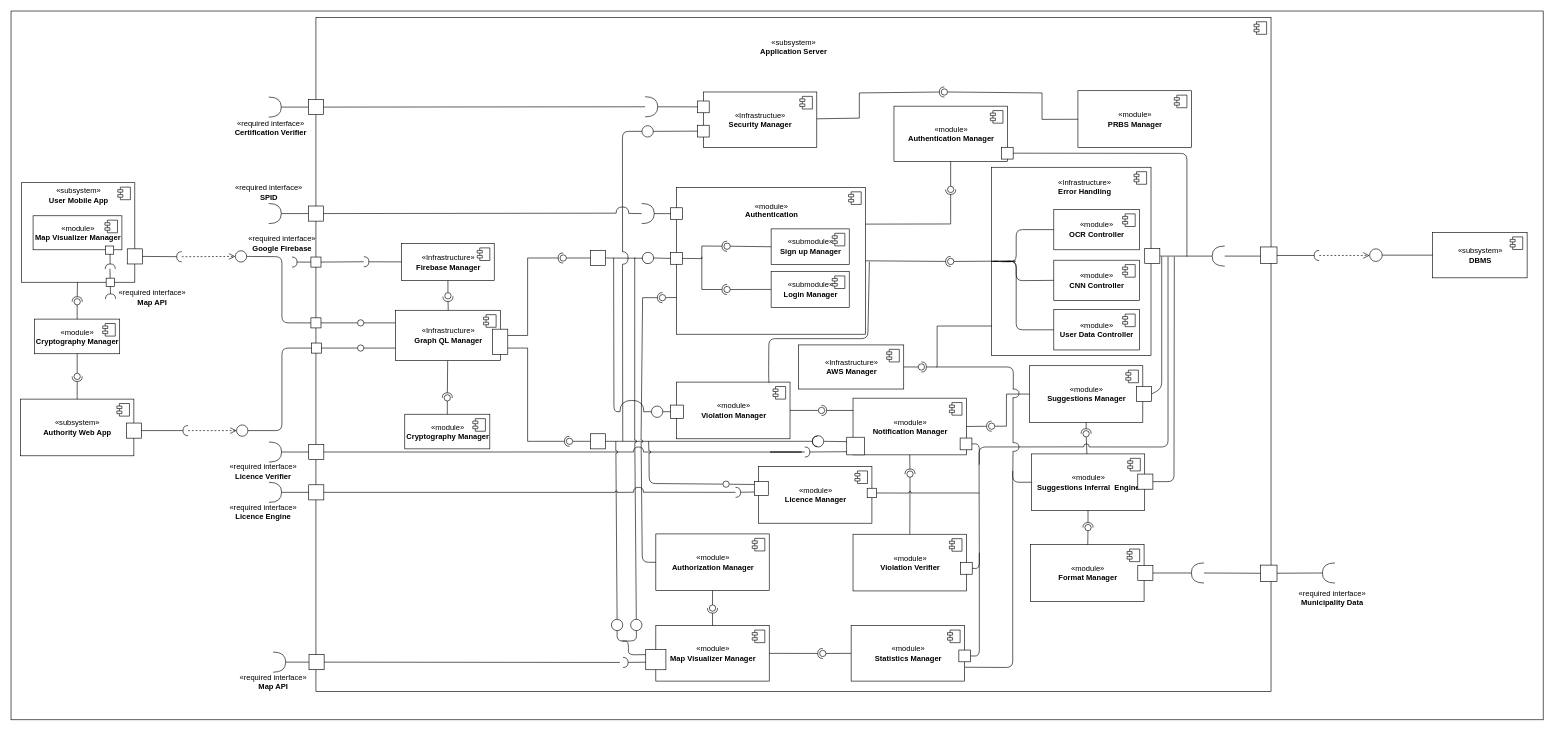
Earlier version of the draw.io diagram DD/Components Diagram.drawio (comidan/SafeStreets). Source tidied: cells renumbered, new cells numbered last; positions are measured from the earlier drawing's top-left corner, leaving out a move shared by most shapes. Both pictures are drawn from the tidied source at 63%, with x=0, y=0 at pixel (11, 11).
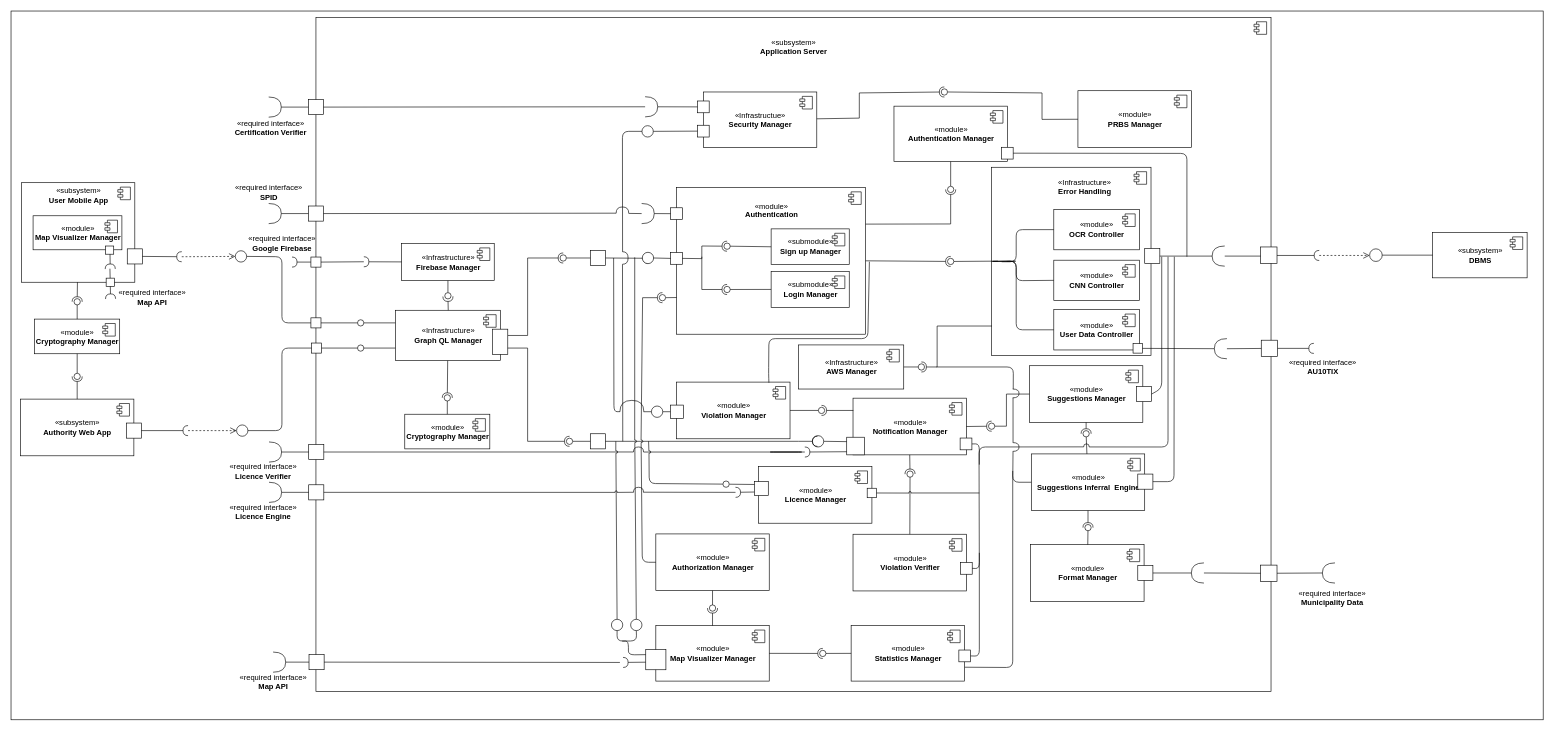
The same page after the edit.

Commit message (it also covers changes not shown here):
- UX Diagrams Updated, Components Diagram Updated, Sequence Diagrams Updated

The change refers to these unchanged cells:
```xml
<mxCell id="3" style="html=1;" parent="1" vertex="1">
  <mxGeometry x="484" y="10" width="1516" height="1070" as="geometry" />
</mxCell>
<mxCell id="128" style="html=1;" parent="1" vertex="1">
  <mxGeometry x="1556.5" y="248" width="253" height="299" as="geometry" />
</mxCell>
```

The edit, as a diff of the source:
```diff
@@
+    <mxCell id="289" style="shape=requiredInterface;html=1;verticalLabelPosition=bottom;rotation=-180;" parent="3" vertex="1">
+      <mxGeometry x="1426" y="510" width="20" height="32" as="geometry" />
+    </mxCell>
@@
+    <mxCell id="290" style="whiteSpace=wrap;html=1;" parent="128" vertex="1">
+      <mxGeometry x="224.5" y="280" width="15" height="15" as="geometry" />
+    </mxCell>
@@
+    <mxCell id="291" style="endArrow=none;html=1;" parent="1" edge="1" target="294">
+      <mxGeometry relative="1" as="geometry">
+        <mxPoint x="1930" y="536" as="sourcePoint" />
+      </mxGeometry>
+    </mxCell>
+    <mxCell id="292" style="endArrow=none;html=1;exitX=1;exitY=0.5;exitDx=0;exitDy=0;" parent="1" edge="1" source="290" target="289">
+      <mxGeometry relative="1" as="geometry" />
+    </mxCell>
+    <mxCell id="293" style="rounded=0;orthogonalLoop=1;jettySize=auto;html=1;endArrow=halfCircle;endFill=0;endSize=6;strokeWidth=1;" parent="1" edge="1">
+      <mxGeometry relative="1" as="geometry">
+        <mxPoint x="1984.5" y="535.5" as="sourcePoint" />
+        <mxPoint x="2068" y="535.5" as="targetPoint" />
+      </mxGeometry>
+    </mxCell>
+    <mxCell id="294" style="whiteSpace=wrap;html=1;" parent="1" vertex="1">
+      <mxGeometry x="1984.5" y="522.5" width="26" height="26" as="geometry" />
+    </mxCell>
+    <mxCell id="295" value="&lt;span&gt;«required interface»&lt;/span&gt;&lt;br&gt;&lt;b&gt;AU10TIX&lt;/b&gt;" style="text;html=1;align=center;verticalAlign=top;spacingTop=-4;" parent="1" vertex="1">
+      <mxGeometry x="2021.5" y="547.5" width="120" height="30" as="geometry" />
+    </mxCell>
```
